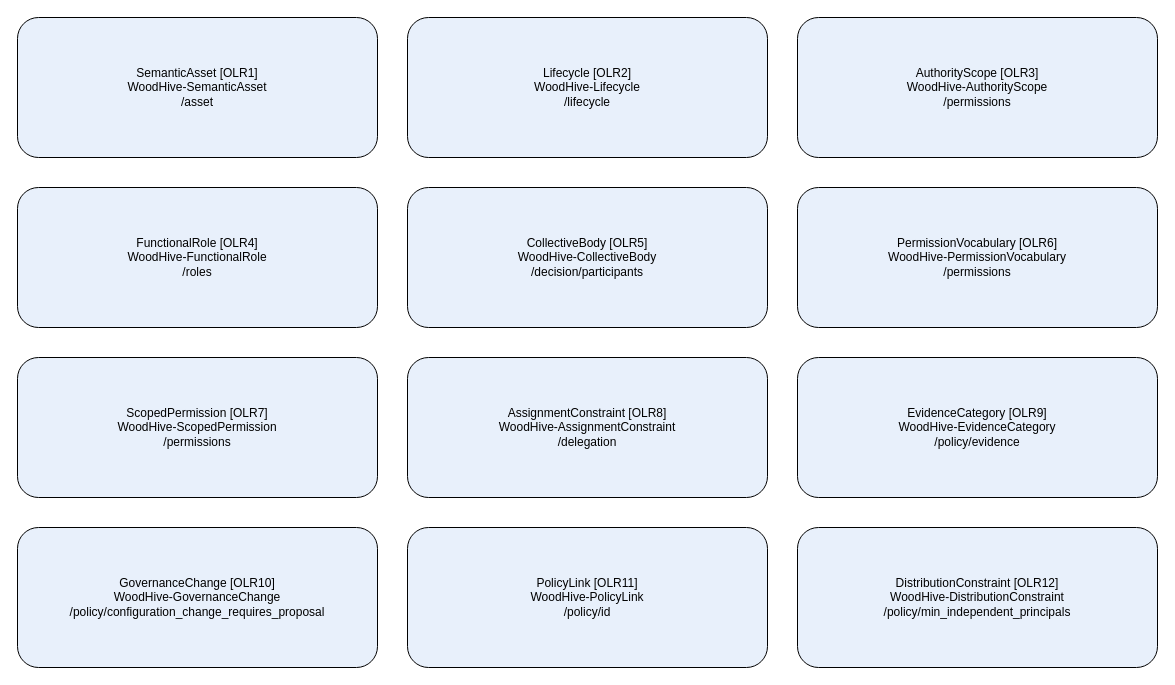
Before: reproducibility/paper-b/models/extended-views/Organization.drawio in alexbafana/MKM-POL21-2025, a draw.io diagram. Source tidied: cells renumbered, new cells numbered last; positions are measured from the earlier drawing's top-left corner, leaving out a move shared by most shapes. Both pictures are drawn from the tidied source at 100%, with x=0, y=0 at pixel (17, 17).
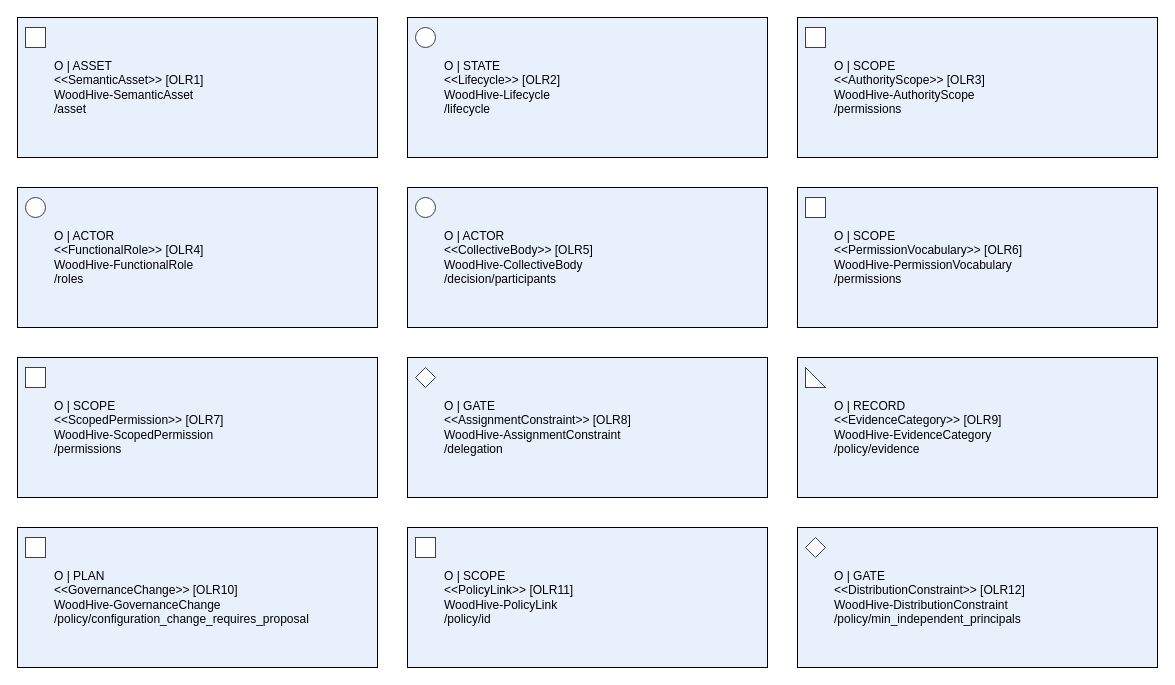
The same diagram, later.

The edit, as a diff of the source:
```diff
@@
-    <mxCell id="2" value="SemanticAsset [OLR1]&#10;WoodHive-SemanticAsset&#10;/asset" style="rounded=1;whiteSpace=wrap;html=0;fillColor=#e8f0fb;" parent="1" vertex="1">
+    <mxCell id="2" value="O | ASSET&#10;&lt;&lt;SemanticAsset&gt;&gt; [OLR1]&#10;WoodHive-SemanticAsset&#10;/asset" style="rounded=0;whiteSpace=wrap;html=0;align=left;spacingLeft=35;fillColor=#e8f0fb;" parent="1" vertex="1">
       <mxGeometry width="360" height="140" as="geometry" />
     </mxCell>
+    <mxCell id="14" style="shape=rectangle;fillColor=#ffffff;strokeColor=#334155;" parent="2" vertex="1">
+      <mxGeometry x="8" y="10" width="20" height="20" as="geometry" />
+    </mxCell>
-    <mxCell id="3" value="Lifecycle [OLR2]&#10;WoodHive-Lifecycle&#10;/lifecycle" style="rounded=1;whiteSpace=wrap;html=0;fillColor=#e8f0fb;" parent="1" vertex="1">
+    <mxCell id="3" value="O | STATE&#10;&lt;&lt;Lifecycle&gt;&gt; [OLR2]&#10;WoodHive-Lifecycle&#10;/lifecycle" style="rounded=0;whiteSpace=wrap;html=0;align=left;spacingLeft=35;fillColor=#e8f0fb;" parent="1" vertex="1">
       <mxGeometry x="390" width="360" height="140" as="geometry" />
     </mxCell>
+    <mxCell id="15" style="shape=ellipse;fillColor=#ffffff;strokeColor=#334155;" parent="3" vertex="1">
+      <mxGeometry x="8" y="10" width="20" height="20" as="geometry" />
+    </mxCell>
-    <mxCell id="4" value="AuthorityScope [OLR3]&#10;WoodHive-AuthorityScope&#10;/permissions" style="rounded=1;whiteSpace=wrap;html=0;fillColor=#e8f0fb;" parent="1" vertex="1">
+    <mxCell id="4" value="O | SCOPE&#10;&lt;&lt;AuthorityScope&gt;&gt; [OLR3]&#10;WoodHive-AuthorityScope&#10;/permissions" style="rounded=0;whiteSpace=wrap;html=0;align=left;spacingLeft=35;fillColor=#e8f0fb;" parent="1" vertex="1">
       <mxGeometry x="780" width="360" height="140" as="geometry" />
     </mxCell>
+    <mxCell id="16" style="shape=rectangle;fillColor=#ffffff;strokeColor=#334155;" parent="4" vertex="1">
+      <mxGeometry x="8" y="10" width="20" height="20" as="geometry" />
+    </mxCell>
-    <mxCell id="5" value="FunctionalRole [OLR4]&#10;WoodHive-FunctionalRole&#10;/roles" style="rounded=1;whiteSpace=wrap;html=0;fillColor=#e8f0fb;" parent="1" vertex="1">
+    <mxCell id="5" value="O | ACTOR&#10;&lt;&lt;FunctionalRole&gt;&gt; [OLR4]&#10;WoodHive-FunctionalRole&#10;/roles" style="rounded=0;whiteSpace=wrap;html=0;align=left;spacingLeft=35;fillColor=#e8f0fb;" parent="1" vertex="1">
       <mxGeometry y="170" width="360" height="140" as="geometry" />
     </mxCell>
+    <mxCell id="17" style="shape=ellipse;fillColor=#ffffff;strokeColor=#334155;" parent="5" vertex="1">
+      <mxGeometry x="8" y="10" width="20" height="20" as="geometry" />
+    </mxCell>
-    <mxCell id="6" value="CollectiveBody [OLR5]&#10;WoodHive-CollectiveBody&#10;/decision/participants" style="rounded=1;whiteSpace=wrap;html=0;fillColor=#e8f0fb;" parent="1" vertex="1">
+    <mxCell id="6" value="O | ACTOR&#10;&lt;&lt;CollectiveBody&gt;&gt; [OLR5]&#10;WoodHive-CollectiveBody&#10;/decision/participants" style="rounded=0;whiteSpace=wrap;html=0;align=left;spacingLeft=35;fillColor=#e8f0fb;" parent="1" vertex="1">
       <mxGeometry x="390" y="170" width="360" height="140" as="geometry" />
     </mxCell>
+    <mxCell id="18" style="shape=ellipse;fillColor=#ffffff;strokeColor=#334155;" parent="6" vertex="1">
+      <mxGeometry x="8" y="10" width="20" height="20" as="geometry" />
+    </mxCell>
-    <mxCell id="7" value="PermissionVocabulary [OLR6]&#10;WoodHive-PermissionVocabulary&#10;/permissions" style="rounded=1;whiteSpace=wrap;html=0;fillColor=#e8f0fb;" parent="1" vertex="1">
+    <mxCell id="7" value="O | SCOPE&#10;&lt;&lt;PermissionVocabulary&gt;&gt; [OLR6]&#10;WoodHive-PermissionVocabulary&#10;/permissions" style="rounded=0;whiteSpace=wrap;html=0;align=left;spacingLeft=35;fillColor=#e8f0fb;" parent="1" vertex="1">
       <mxGeometry x="780" y="170" width="360" height="140" as="geometry" />
     </mxCell>
+    <mxCell id="19" style="shape=rectangle;fillColor=#ffffff;strokeColor=#334155;" parent="7" vertex="1">
+      <mxGeometry x="8" y="10" width="20" height="20" as="geometry" />
+    </mxCell>
-    <mxCell id="8" value="ScopedPermission [OLR7]&#10;WoodHive-ScopedPermission&#10;/permissions" style="rounded=1;whiteSpace=wrap;html=0;fillColor=#e8f0fb;" parent="1" vertex="1">
+    <mxCell id="8" value="O | SCOPE&#10;&lt;&lt;ScopedPermission&gt;&gt; [OLR7]&#10;WoodHive-ScopedPermission&#10;/permissions" style="rounded=0;whiteSpace=wrap;html=0;align=left;spacingLeft=35;fillColor=#e8f0fb;" parent="1" vertex="1">
       <mxGeometry y="340" width="360" height="140" as="geometry" />
     </mxCell>
+    <mxCell id="20" style="shape=rectangle;fillColor=#ffffff;strokeColor=#334155;" parent="8" vertex="1">
+      <mxGeometry x="8" y="10" width="20" height="20" as="geometry" />
+    </mxCell>
-    <mxCell id="9" value="AssignmentConstraint [OLR8]&#10;WoodHive-AssignmentConstraint&#10;/delegation" style="rounded=1;whiteSpace=wrap;html=0;fillColor=#e8f0fb;" parent="1" vertex="1">
+    <mxCell id="9" value="O | GATE&#10;&lt;&lt;AssignmentConstraint&gt;&gt; [OLR8]&#10;WoodHive-AssignmentConstraint&#10;/delegation" style="rounded=0;whiteSpace=wrap;html=0;align=left;spacingLeft=35;fillColor=#e8f0fb;" parent="1" vertex="1">
       <mxGeometry x="390" y="340" width="360" height="140" as="geometry" />
     </mxCell>
+    <mxCell id="21" style="shape=rhombus;fillColor=#ffffff;strokeColor=#334155;" parent="9" vertex="1">
+      <mxGeometry x="8" y="10" width="20" height="20" as="geometry" />
+    </mxCell>
-    <mxCell id="10" value="EvidenceCategory [OLR9]&#10;WoodHive-EvidenceCategory&#10;/policy/evidence" style="rounded=1;whiteSpace=wrap;html=0;fillColor=#e8f0fb;" parent="1" vertex="1">
+    <mxCell id="10" value="O | RECORD&#10;&lt;&lt;EvidenceCategory&gt;&gt; [OLR9]&#10;WoodHive-EvidenceCategory&#10;/policy/evidence" style="rounded=0;whiteSpace=wrap;html=0;align=left;spacingLeft=35;fillColor=#e8f0fb;" parent="1" vertex="1">
       <mxGeometry x="780" y="340" width="360" height="140" as="geometry" />
     </mxCell>
+    <mxCell id="22" style="shape=note;fillColor=#ffffff;strokeColor=#334155;" parent="10" vertex="1">
+      <mxGeometry x="8" y="10" width="20" height="20" as="geometry" />
+    </mxCell>
-    <mxCell id="11" value="GovernanceChange [OLR10]&#10;WoodHive-GovernanceChange&#10;/policy/configuration_change_requires_proposal" style="rounded=1;whiteSpace=wrap;html=0;fillColor=#e8f0fb;" parent="1" vertex="1">
+    <mxCell id="11" value="O | PLAN&#10;&lt;&lt;GovernanceChange&gt;&gt; [OLR10]&#10;WoodHive-GovernanceChange&#10;/policy/configuration_change_requires_proposal" style="rounded=0;whiteSpace=wrap;html=0;align=left;spacingLeft=35;fillColor=#e8f0fb;" parent="1" vertex="1">
       <mxGeometry y="510" width="360" height="140" as="geometry" />
     </mxCell>
+    <mxCell id="23" style="shape=rectangle;fillColor=#ffffff;strokeColor=#334155;" parent="11" vertex="1">
+      <mxGeometry x="8" y="10" width="20" height="20" as="geometry" />
+    </mxCell>
-    <mxCell id="12" value="PolicyLink [OLR11]&#10;WoodHive-PolicyLink&#10;/policy/id" style="rounded=1;whiteSpace=wrap;html=0;fillColor=#e8f0fb;" parent="1" vertex="1">
+    <mxCell id="12" value="O | SCOPE&#10;&lt;&lt;PolicyLink&gt;&gt; [OLR11]&#10;WoodHive-PolicyLink&#10;/policy/id" style="rounded=0;whiteSpace=wrap;html=0;align=left;spacingLeft=35;fillColor=#e8f0fb;" parent="1" vertex="1">
       <mxGeometry x="390" y="510" width="360" height="140" as="geometry" />
     </mxCell>
+    <mxCell id="24" style="shape=rectangle;fillColor=#ffffff;strokeColor=#334155;" parent="12" vertex="1">
+      <mxGeometry x="8" y="10" width="20" height="20" as="geometry" />
+    </mxCell>
-    <mxCell id="13" value="DistributionConstraint [OLR12]&#10;WoodHive-DistributionConstraint&#10;/policy/min_independent_principals" style="rounded=1;whiteSpace=wrap;html=0;fillColor=#e8f0fb;" parent="1" vertex="1">
+    <mxCell id="13" value="O | GATE&#10;&lt;&lt;DistributionConstraint&gt;&gt; [OLR12]&#10;WoodHive-DistributionConstraint&#10;/policy/min_independent_principals" style="rounded=0;whiteSpace=wrap;html=0;align=left;spacingLeft=35;fillColor=#e8f0fb;" parent="1" vertex="1">
       <mxGeometry x="780" y="510" width="360" height="140" as="geometry" />
     </mxCell>
+    <mxCell id="25" style="shape=rhombus;fillColor=#ffffff;strokeColor=#334155;" parent="13" vertex="1">
+      <mxGeometry x="8" y="10" width="20" height="20" as="geometry" />
+    </mxCell>
```
